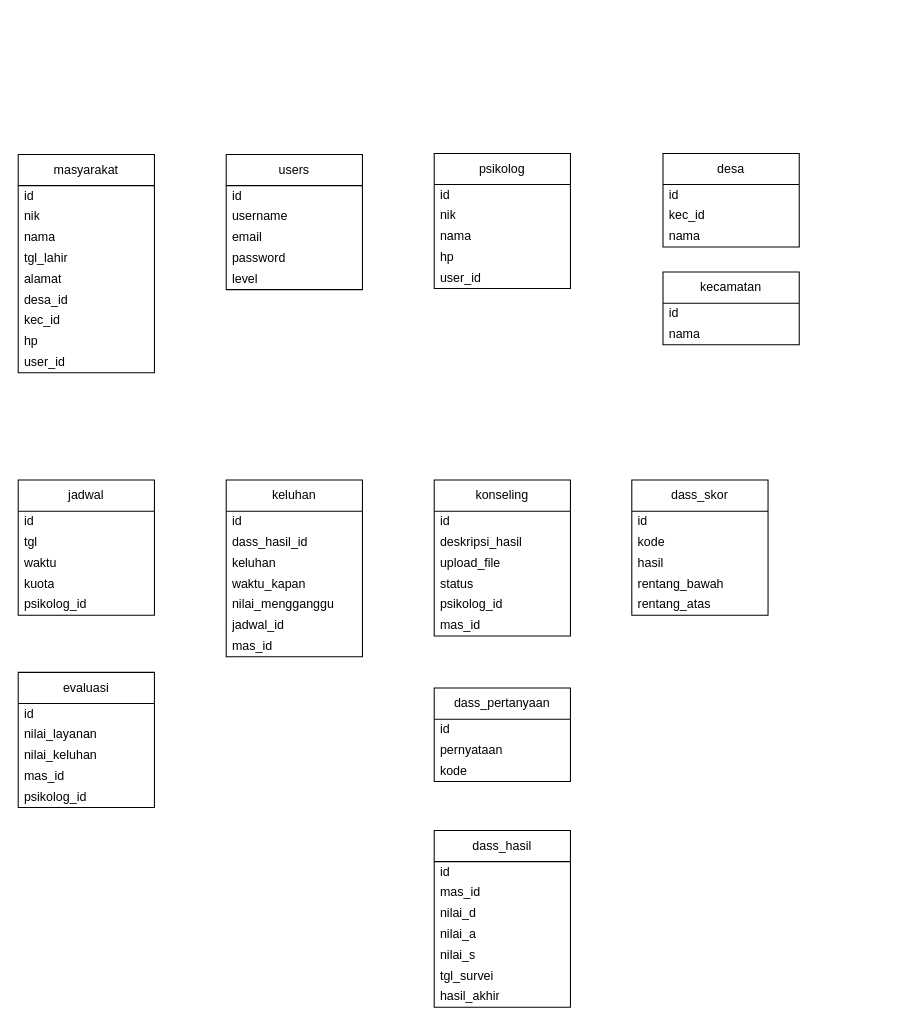
This is env_designs/erd_dmb.drawio from zeneight/drawio, a draw.io file, before an edit. Source tidied: cells renumbered, new cells numbered last; positions are measured from the earlier drawing's top-left corner, leaving out a move shared by most shapes. Both pictures are drawn from the tidied source at 104%, with x=0, y=0 at pixel (18, 153).
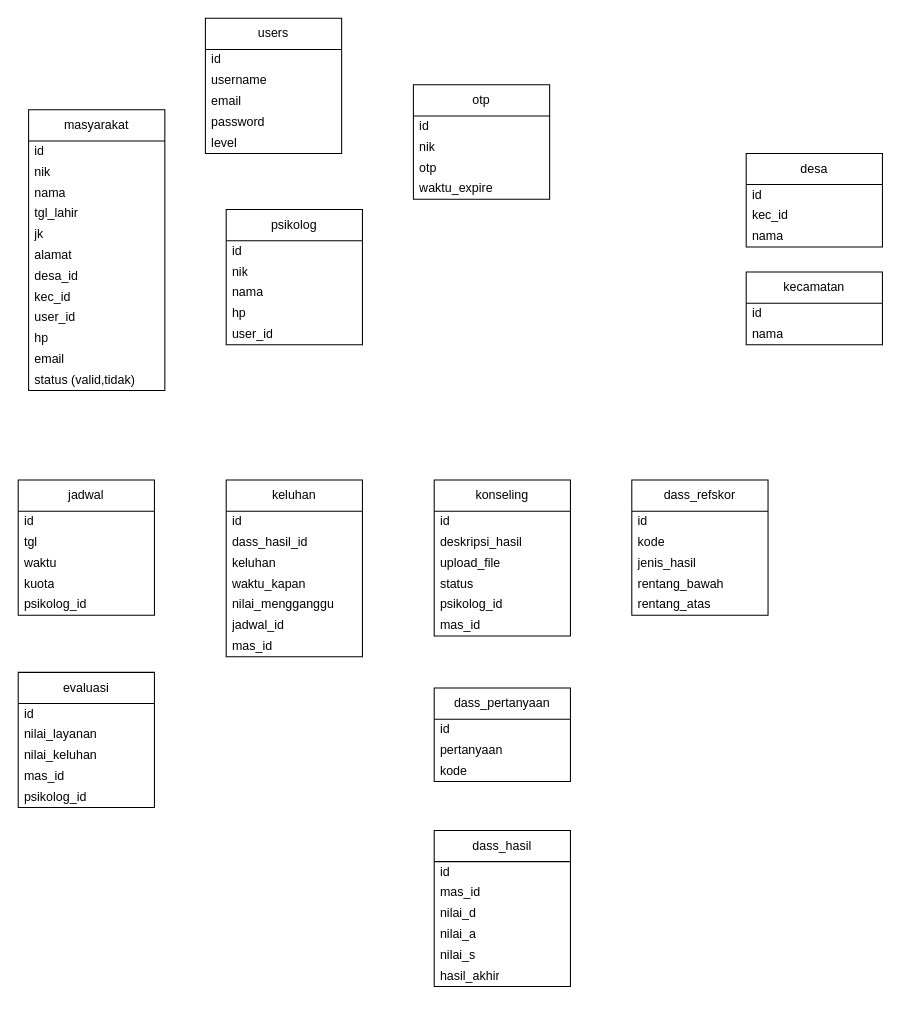
After the change.

Unchanged cells that the change refers to:
```xml
<mxCell id="51" value="dass_pertanyaan" style="swimlane;fontStyle=0;horizontal=1;startSize=30;whiteSpace=wrap;html=1;" parent="1" vertex="1">
  <mxGeometry x="400" y="514" width="131" height="90" as="geometry" />
</mxCell>
```

The edit, as a diff of the source:
```diff
@@
     <mxCell id="2" value="masyarakat" style="swimlane;fontStyle=0;horizontal=1;startSize=30;whiteSpace=wrap;html=1;" parent="1" vertex="1">
-      <mxGeometry y="1" width="131" height="210" as="geometry" />
+      <mxGeometry x="10" y="-42" width="131" height="270" as="geometry" />
     </mxCell>
@@
+    <mxCell id="76" value="jk" style="text;strokeColor=none;fillColor=none;align=left;verticalAlign=middle;spacingLeft=4;spacingRight=4;overflow=hidden;whiteSpace=wrap;html=1;" parent="2" vertex="1">
+      <mxGeometry y="110" width="131" height="20" as="geometry" />
+    </mxCell>
     <mxCell id="7" value="alamat" style="text;strokeColor=none;fillColor=none;align=left;verticalAlign=middle;spacingLeft=4;spacingRight=4;overflow=hidden;whiteSpace=wrap;html=1;" parent="2" vertex="1">
-      <mxGeometry y="110" width="131" height="20" as="geometry" />
+      <mxGeometry y="130" width="131" height="20" as="geometry" />
     </mxCell>
     <mxCell id="8" value="desa_id" style="text;strokeColor=none;fillColor=none;align=left;verticalAlign=middle;spacingLeft=4;spacingRight=4;overflow=hidden;whiteSpace=wrap;html=1;" parent="2" vertex="1">
-      <mxGeometry y="130" width="131" height="20" as="geometry" />
+      <mxGeometry y="150" width="131" height="20" as="geometry" />
     </mxCell>
     <mxCell id="9" value="kec_id" style="text;strokeColor=none;fillColor=none;align=left;verticalAlign=middle;spacingLeft=4;spacingRight=4;overflow=hidden;whiteSpace=wrap;html=1;" parent="2" vertex="1">
-      <mxGeometry y="150" width="131" height="20" as="geometry" />
+      <mxGeometry y="170" width="131" height="20" as="geometry" />
     </mxCell>
+    <mxCell id="11" value="user_id" style="text;strokeColor=none;fillColor=none;align=left;verticalAlign=middle;spacingLeft=4;spacingRight=4;overflow=hidden;whiteSpace=wrap;html=1;" parent="2" vertex="1">
+      <mxGeometry y="190" width="131" height="20" as="geometry" />
+    </mxCell>
     <mxCell id="10" value="hp" style="text;strokeColor=none;fillColor=none;align=left;verticalAlign=middle;spacingLeft=4;spacingRight=4;overflow=hidden;whiteSpace=wrap;html=1;" parent="2" vertex="1">
-      <mxGeometry y="170" width="131" height="20" as="geometry" />
+      <mxGeometry y="210" width="131" height="20" as="geometry" />
     </mxCell>
-    <mxCell id="11" value="user_id" style="text;strokeColor=none;fillColor=none;align=left;verticalAlign=middle;spacingLeft=4;spacingRight=4;overflow=hidden;whiteSpace=wrap;html=1;" parent="2" vertex="1">
-      <mxGeometry y="190" width="131" height="20" as="geometry" />
-    </mxCell>
+    <mxCell id="77" value="email" style="text;strokeColor=none;fillColor=none;align=left;verticalAlign=middle;spacingLeft=4;spacingRight=4;overflow=hidden;whiteSpace=wrap;html=1;" parent="2" vertex="1">
+      <mxGeometry y="230" width="131" height="20" as="geometry" />
+    </mxCell>
+    <mxCell id="78" value="status (valid,tidak)" style="text;strokeColor=none;fillColor=none;align=left;verticalAlign=middle;spacingLeft=4;spacingRight=4;overflow=hidden;whiteSpace=wrap;html=1;" parent="2" vertex="1">
+      <mxGeometry y="250" width="131" height="20" as="geometry" />
+    </mxCell>
     <mxCell id="12" value="psikolog" style="swimlane;fontStyle=0;horizontal=1;startSize=30;whiteSpace=wrap;html=1;" parent="1" vertex="1">
-      <mxGeometry x="400" width="131" height="130" as="geometry" />
+      <mxGeometry x="200" y="54" width="131" height="130" as="geometry" />
     </mxCell>
@@
     <mxCell id="18" value="users" style="swimlane;fontStyle=0;horizontal=1;startSize=30;whiteSpace=wrap;html=1;" parent="1" vertex="1">
-      <mxGeometry x="200" y="1" width="131" height="130" as="geometry" />
+      <mxGeometry x="180" y="-130" width="131" height="130" as="geometry" />
     </mxCell>
@@
-    <mxCell id="53" value="pernyataan" style="text;strokeColor=none;fillColor=none;align=left;verticalAlign=middle;spacingLeft=4;spacingRight=4;overflow=hidden;whiteSpace=wrap;html=1;" parent="51" vertex="1">
+    <mxCell id="53" value="pertanyaan" style="text;strokeColor=none;fillColor=none;align=left;verticalAlign=middle;spacingLeft=4;spacingRight=4;overflow=hidden;whiteSpace=wrap;html=1;" parent="51" vertex="1">
       <mxGeometry y="50" width="131" height="20" as="geometry" />
     </mxCell>
@@
     <mxCell id="55" value="dass_hasil" style="swimlane;fontStyle=0;horizontal=1;startSize=30;whiteSpace=wrap;html=1;" parent="1" vertex="1">
-      <mxGeometry x="400" y="651" width="131" height="170" as="geometry" />
+      <mxGeometry x="400" y="651" width="131" height="150" as="geometry" />
     </mxCell>
@@
-    <mxCell id="61" value="tgl_survei" style="text;strokeColor=none;fillColor=none;align=left;verticalAlign=middle;spacingLeft=4;spacingRight=4;overflow=hidden;whiteSpace=wrap;html=1;" parent="55" vertex="1">
-      <mxGeometry y="130" width="131" height="20" as="geometry" />
-    </mxCell>
     <mxCell id="62" value="hasil_akhir" style="text;strokeColor=none;fillColor=none;align=left;verticalAlign=middle;spacingLeft=4;spacingRight=4;overflow=hidden;whiteSpace=wrap;html=1;" parent="55" vertex="1">
-      <mxGeometry y="150" width="131" height="20" as="geometry" />
+      <mxGeometry y="130" width="131" height="20" as="geometry" />
     </mxCell>
     <mxCell id="63" value="desa" style="swimlane;fontStyle=0;horizontal=1;startSize=30;whiteSpace=wrap;html=1;" parent="1" vertex="1">
-      <mxGeometry x="620" width="131" height="90" as="geometry" />
+      <mxGeometry x="700" width="131" height="90" as="geometry" />
     </mxCell>
@@
     <mxCell id="67" value="kecamatan" style="swimlane;fontStyle=0;horizontal=1;startSize=30;whiteSpace=wrap;html=1;" parent="1" vertex="1">
-      <mxGeometry x="620" y="114" width="131" height="70" as="geometry" />
+      <mxGeometry x="700" y="114" width="131" height="70" as="geometry" />
     </mxCell>
@@
-    <mxCell id="70" value="dass_skor" style="swimlane;fontStyle=0;horizontal=1;startSize=30;whiteSpace=wrap;html=1;" parent="1" vertex="1">
+    <mxCell id="70" value="dass_refskor" style="swimlane;fontStyle=0;horizontal=1;startSize=30;whiteSpace=wrap;html=1;" parent="1" vertex="1">
       <mxGeometry x="590" y="314" width="131" height="130" as="geometry" />
     </mxCell>
@@
-    <mxCell id="73" value="hasil" style="text;strokeColor=none;fillColor=none;align=left;verticalAlign=middle;spacingLeft=4;spacingRight=4;overflow=hidden;whiteSpace=wrap;html=1;" parent="70" vertex="1">
+    <mxCell id="73" value="jenis_hasil" style="text;strokeColor=none;fillColor=none;align=left;verticalAlign=middle;spacingLeft=4;spacingRight=4;overflow=hidden;whiteSpace=wrap;html=1;" parent="70" vertex="1">
       <mxGeometry y="70" width="131" height="20" as="geometry" />
     </mxCell>
@@
+    <mxCell id="79" value="otp" style="swimlane;fontStyle=0;horizontal=1;startSize=30;whiteSpace=wrap;html=1;" parent="1" vertex="1">
+      <mxGeometry x="380" y="-66" width="131" height="110" as="geometry" />
+    </mxCell>
+    <mxCell id="80" value="id" style="text;strokeColor=none;fillColor=none;align=left;verticalAlign=middle;spacingLeft=4;spacingRight=4;overflow=hidden;whiteSpace=wrap;html=1;" parent="79" vertex="1">
+      <mxGeometry y="30" width="131" height="20" as="geometry" />
+    </mxCell>
+    <mxCell id="81" value="nik" style="text;strokeColor=none;fillColor=none;align=left;verticalAlign=middle;spacingLeft=4;spacingRight=4;overflow=hidden;whiteSpace=wrap;html=1;" parent="79" vertex="1">
+      <mxGeometry y="50" width="131" height="20" as="geometry" />
+    </mxCell>
+    <mxCell id="82" value="otp" style="text;strokeColor=none;fillColor=none;align=left;verticalAlign=middle;spacingLeft=4;spacingRight=4;overflow=hidden;whiteSpace=wrap;html=1;" parent="79" vertex="1">
+      <mxGeometry y="70" width="131" height="20" as="geometry" />
+    </mxCell>
+    <mxCell id="83" value="waktu_expire" style="text;strokeColor=none;fillColor=none;align=left;verticalAlign=middle;spacingLeft=4;spacingRight=4;overflow=hidden;whiteSpace=wrap;html=1;" parent="79" vertex="1">
+      <mxGeometry y="90" width="131" height="20" as="geometry" />
+    </mxCell>
```
